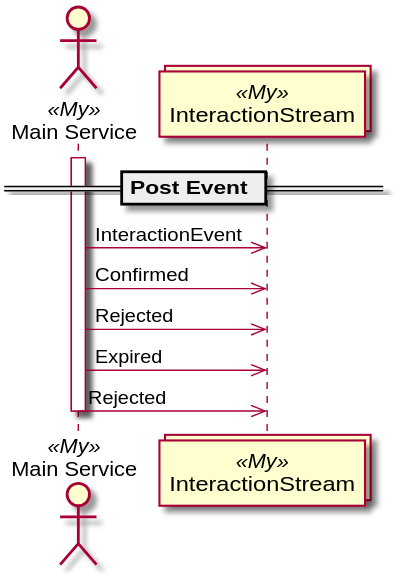
This is docs/tuc/examples/post-event.svg from TypedUseCase/tuc-console, a PlantUML export, as it was before one commit.
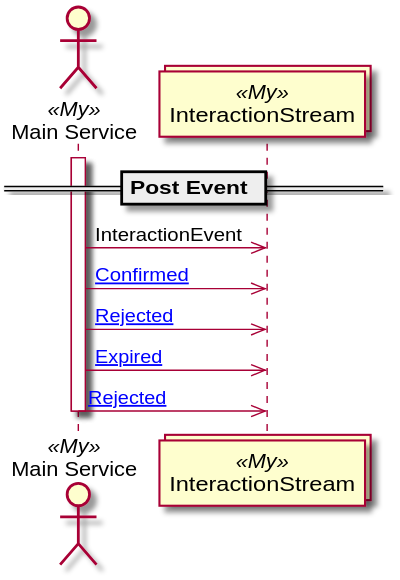
The same file after the commit.

The edit, as a diff of the source:
```diff
@@ -8,10 +8,10 @@
 
 activate MainService
 MainService ->> InteractionStream: InteractionEvent
-MainService ->> InteractionStream: Confirmed
-MainService ->> InteractionStream: Rejected
-MainService ->> InteractionStream: Expired
-MainService ->> InteractionStream: Rejected
+MainService ->> InteractionStream: [[{InteractionEvent.Confirmed}Confirmed]]
+MainService ->> InteractionStream: [[{InteractionEvent.Rejected}Rejected]]
+MainService ->> InteractionStream: [[{InteractionEvent.Rejected.Expired}Expired]]
+MainService ->> InteractionStream: [[{InteractionEvent.Rejected.Rejected}Rejected]]
 
 deactivate MainService
 @enduml
```
